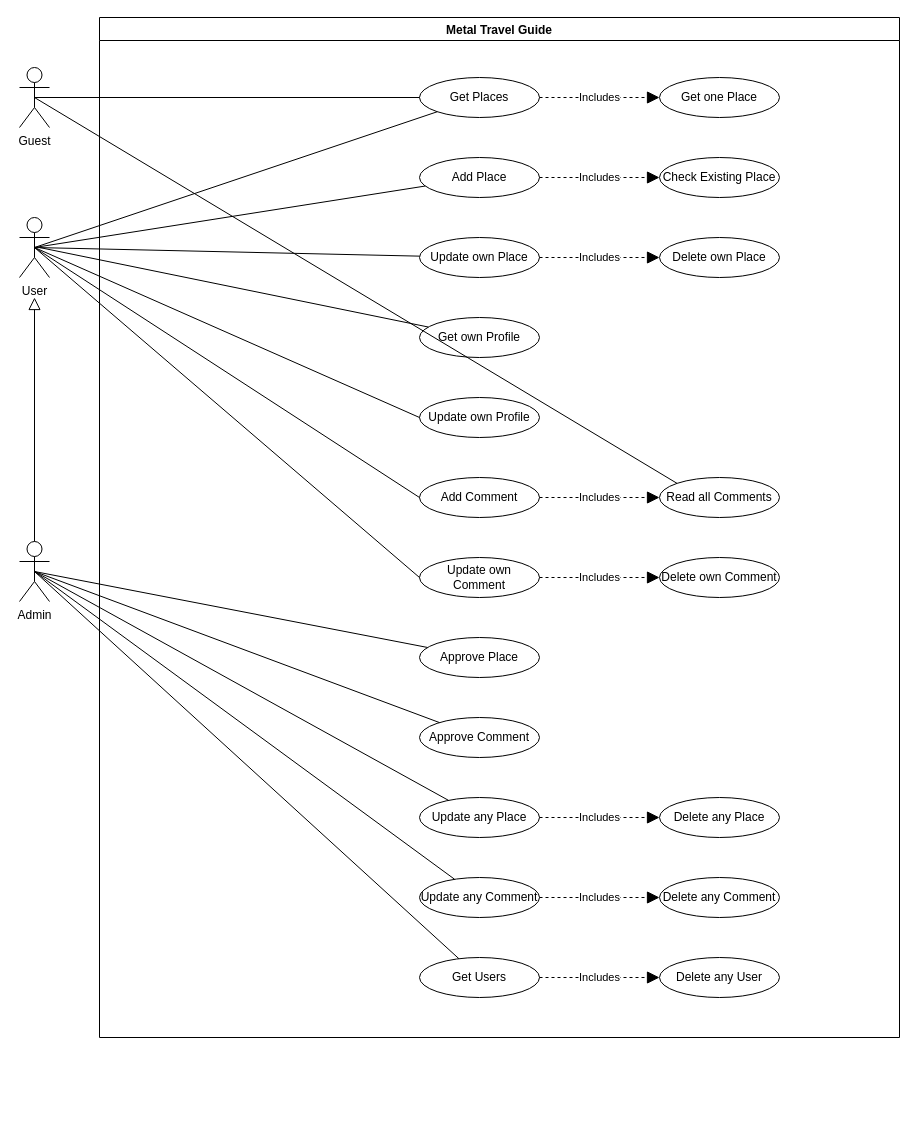
Before: backend/uml_case_diagram.drawio in peppecuci/metaltravelguide, a draw.io diagram. Source tidied: cells renumbered, new cells numbered last; positions are measured from the earlier drawing's top-left corner, leaving out a move shared by most shapes. Both pictures are drawn from the tidied source at 100%, with x=0, y=0 at pixel (19, 17).
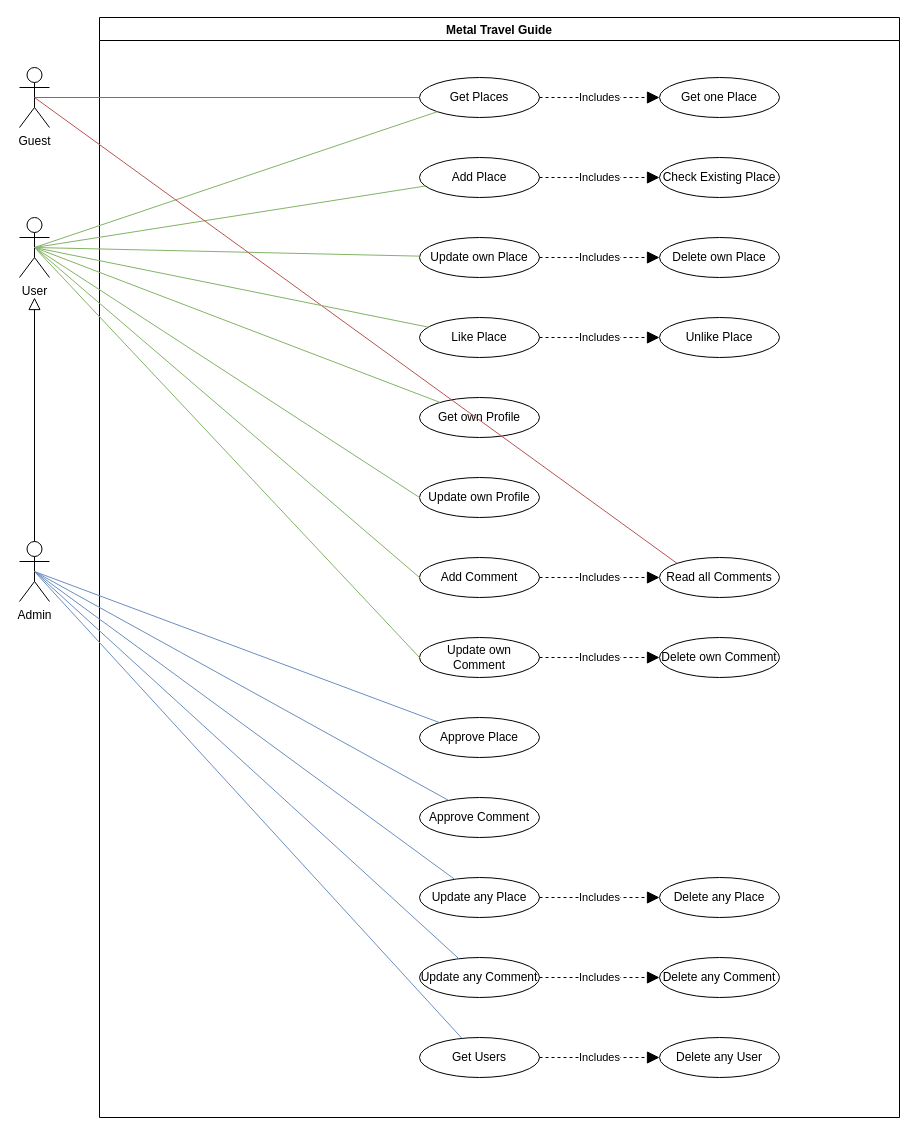
Above is the later version.

Unchanged cells that the change refers to:
```xml
<mxCell id="2" value="User" style="shape=umlActor;verticalLabelPosition=bottom;verticalAlign=top;html=1;outlineConnect=0;" parent="1" vertex="1">
  <mxGeometry y="200" width="30" height="60" as="geometry" />
</mxCell>
<mxCell id="3" value="Admin" style="shape=umlActor;verticalLabelPosition=bottom;verticalAlign=top;html=1;outlineConnect=0;" parent="1" vertex="1">
  <mxGeometry y="524" width="30" height="60" as="geometry" />
</mxCell>
<mxCell id="6" value="Update own Place" style="ellipse;whiteSpace=wrap;html=1;" parent="4" vertex="1">
  <mxGeometry x="320" y="220" width="120" height="40" as="geometry" />
</mxCell>
<mxCell id="7" value="Add Place" style="ellipse;whiteSpace=wrap;html=1;" parent="4" vertex="1">
  <mxGeometry x="320" y="140" width="120" height="40" as="geometry" />
</mxCell>
<mxCell id="8" value="Get Places" style="ellipse;whiteSpace=wrap;html=1;" parent="4" vertex="1">
  <mxGeometry x="320" y="60" width="120" height="40" as="geometry" />
</mxCell>
<mxCell id="43" value="Guest" style="shape=umlActor;verticalLabelPosition=bottom;verticalAlign=top;html=1;outlineConnect=0;" parent="1" vertex="1">
  <mxGeometry y="50" width="30" height="60" as="geometry" />
</mxCell>
```

What changed in the source:
```diff
@@
     <mxCell id="4" value="Metal Travel Guide" style="swimlane;" parent="1" vertex="1">
-      <mxGeometry x="80" width="800" height="1020" as="geometry" />
+      <mxGeometry x="80" width="800" height="1100" as="geometry" />
     </mxCell>
     <mxCell id="5" value="Approve Place" style="ellipse;whiteSpace=wrap;html=1;" parent="4" vertex="1">
-      <mxGeometry x="320" y="620" width="120" height="40" as="geometry" />
+      <mxGeometry x="320" y="700" width="120" height="40" as="geometry" />
     </mxCell>
@@
     <mxCell id="9" value="Get own Profile" style="ellipse;whiteSpace=wrap;html=1;" parent="4" vertex="1">
-      <mxGeometry x="320" y="300" width="120" height="40" as="geometry" />
+      <mxGeometry x="320" y="380" width="120" height="40" as="geometry" />
     </mxCell>
@@
     <mxCell id="12" value="Update own Profile" style="ellipse;whiteSpace=wrap;html=1;" parent="4" vertex="1">
-      <mxGeometry x="320" y="380" width="120" height="40" as="geometry" />
+      <mxGeometry x="320" y="460" width="120" height="40" as="geometry" />
     </mxCell>
@@
     <mxCell id="17" value="Add Comment" style="ellipse;whiteSpace=wrap;html=1;" parent="4" vertex="1">
-      <mxGeometry x="320" y="460" width="120" height="40" as="geometry" />
+      <mxGeometry x="320" y="540" width="120" height="40" as="geometry" />
     </mxCell>
     <mxCell id="18" value="Update own Comment" style="ellipse;whiteSpace=wrap;html=1;" parent="4" vertex="1">
-      <mxGeometry x="320" y="540" width="120" height="40" as="geometry" />
+      <mxGeometry x="320" y="620" width="120" height="40" as="geometry" />
     </mxCell>
     <mxCell id="19" value="Delete own Comment" style="ellipse;whiteSpace=wrap;html=1;" parent="4" vertex="1">
-      <mxGeometry x="560" y="540" width="120" height="40" as="geometry" />
+      <mxGeometry x="560" y="620" width="120" height="40" as="geometry" />
     </mxCell>
@@
     <mxCell id="21" value="Approve Comment" style="ellipse;whiteSpace=wrap;html=1;" parent="4" vertex="1">
-      <mxGeometry x="320" y="700" width="120" height="40" as="geometry" />
+      <mxGeometry x="320" y="780" width="120" height="40" as="geometry" />
     </mxCell>
     <mxCell id="22" value="Update any Place" style="ellipse;whiteSpace=wrap;html=1;" parent="4" vertex="1">
-      <mxGeometry x="320" y="780" width="120" height="40" as="geometry" />
+      <mxGeometry x="320" y="860" width="120" height="40" as="geometry" />
     </mxCell>
     <mxCell id="23" value="Delete any Place" style="ellipse;whiteSpace=wrap;html=1;" parent="4" vertex="1">
-      <mxGeometry x="560" y="780" width="120" height="40" as="geometry" />
+      <mxGeometry x="560" y="860" width="120" height="40" as="geometry" />
     </mxCell>
@@
     <mxCell id="25" value="Get Users" style="ellipse;whiteSpace=wrap;html=1;" parent="4" vertex="1">
-      <mxGeometry x="320" y="940" width="120" height="40" as="geometry" />
+      <mxGeometry x="320" y="1020" width="120" height="40" as="geometry" />
     </mxCell>
     <mxCell id="26" value="Delete any User" style="ellipse;whiteSpace=wrap;html=1;" parent="4" vertex="1">
-      <mxGeometry x="560" y="940" width="120" height="40" as="geometry" />
+      <mxGeometry x="560" y="1020" width="120" height="40" as="geometry" />
     </mxCell>
@@
     <mxCell id="28" value="Update any Comment" style="ellipse;whiteSpace=wrap;html=1;" parent="4" vertex="1">
-      <mxGeometry x="320" y="860" width="120" height="40" as="geometry" />
+      <mxGeometry x="320" y="940" width="120" height="40" as="geometry" />
     </mxCell>
     <mxCell id="29" value="Delete any Comment" style="ellipse;whiteSpace=wrap;html=1;" parent="4" vertex="1">
-      <mxGeometry x="560" y="860" width="120" height="40" as="geometry" />
+      <mxGeometry x="560" y="940" width="120" height="40" as="geometry" />
     </mxCell>
@@
     <mxCell id="31" value="Read all Comments" style="ellipse;whiteSpace=wrap;html=1;" parent="4" vertex="1">
-      <mxGeometry x="560" y="460" width="120" height="40" as="geometry" />
+      <mxGeometry x="560" y="540" width="120" height="40" as="geometry" />
     </mxCell>
@@
+    <mxCell id="49" value="Like Place" style="ellipse;whiteSpace=wrap;html=1;" parent="4" vertex="1">
+      <mxGeometry x="320" y="300" width="120" height="40" as="geometry" />
+    </mxCell>
+    <mxCell id="50" value="Unlike Place" style="ellipse;whiteSpace=wrap;html=1;" parent="4" vertex="1">
+      <mxGeometry x="560" y="300" width="120" height="40" as="geometry" />
+    </mxCell>
+    <mxCell id="51" value="Includes" style="endArrow=block;endSize=10;endFill=1;html=1;rounded=0;strokeWidth=1;startSize=10;dashed=1;startArrow=none;exitX=1;exitY=0.5;exitDx=0;exitDy=0;" parent="4" edge="1" source="49" target="50">
+      <mxGeometry relative="1" as="geometry" />
+    </mxCell>
-    <mxCell id="33" style="endArrow=none;html=1;rounded=0;entryX=0.5;entryY=0.5;entryDx=0;entryDy=0;entryPerimeter=0;" parent="1" edge="1" source="7" target="2">
+    <mxCell id="33" style="endArrow=none;html=1;rounded=0;entryX=0.5;entryY=0.5;entryDx=0;entryDy=0;entryPerimeter=0;fillColor=#d5e8d4;strokeColor=#82b366;" parent="1" edge="1" source="7" target="2">
       <mxGeometry relative="1" as="geometry" />
     </mxCell>
-    <mxCell id="34" style="endArrow=none;html=1;rounded=0;exitX=0.5;exitY=0.5;exitDx=0;exitDy=0;exitPerimeter=0;" parent="1" edge="1" source="2" target="6">
+    <mxCell id="34" style="endArrow=none;html=1;rounded=0;exitX=0.5;exitY=0.5;exitDx=0;exitDy=0;exitPerimeter=0;fillColor=#d5e8d4;strokeColor=#82b366;" parent="1" edge="1" source="2" target="6">
       <mxGeometry relative="1" as="geometry" />
     </mxCell>
-    <mxCell id="35" style="endArrow=none;html=1;rounded=0;exitX=0.5;exitY=0.5;exitDx=0;exitDy=0;exitPerimeter=0;" parent="1" edge="1" source="3" target="5">
+    <mxCell id="35" style="endArrow=none;html=1;rounded=0;exitX=0.5;exitY=0.5;exitDx=0;exitDy=0;exitPerimeter=0;fillColor=#dae8fc;strokeColor=#6c8ebf;" parent="1" edge="1" source="3" target="5">
       <mxGeometry relative="1" as="geometry" />
     </mxCell>
@@
-    <mxCell id="37" style="endArrow=none;html=1;rounded=0;entryX=0.5;entryY=0.5;entryDx=0;entryDy=0;entryPerimeter=0;" parent="1" edge="1" source="8" target="2">
+    <mxCell id="37" style="endArrow=none;html=1;rounded=0;entryX=0.5;entryY=0.5;entryDx=0;entryDy=0;entryPerimeter=0;fillColor=#d5e8d4;strokeColor=#82b366;" parent="1" edge="1" source="8" target="2">
       <mxGeometry relative="1" as="geometry" />
     </mxCell>
-    <mxCell id="38" style="endArrow=none;html=1;rounded=0;" parent="1" edge="1" target="9">
-      <mxGeometry relative="1" as="geometry">
-        <mxPoint x="20" y="230" as="sourcePoint" />
-      </mxGeometry>
+    <mxCell id="38" style="endArrow=none;html=1;rounded=0;fillColor=#d5e8d4;strokeColor=#82b366;exitX=0.5;exitY=0.5;exitDx=0;exitDy=0;exitPerimeter=0;" parent="1" edge="1" source="2" target="9">
+      <mxGeometry relative="1" as="geometry" />
     </mxCell>
-    <mxCell id="39" style="endArrow=none;html=1;rounded=0;entryX=0;entryY=0.5;entryDx=0;entryDy=0;exitX=0.5;exitY=0.5;exitDx=0;exitDy=0;exitPerimeter=0;" parent="1" edge="1" source="2" target="12">
+    <mxCell id="39" style="endArrow=none;html=1;rounded=0;entryX=0;entryY=0.5;entryDx=0;entryDy=0;exitX=0.5;exitY=0.5;exitDx=0;exitDy=0;exitPerimeter=0;fillColor=#d5e8d4;strokeColor=#82b366;" parent="1" edge="1" source="2" target="12">
       <mxGeometry relative="1" as="geometry" />
     </mxCell>
-    <mxCell id="40" style="endArrow=none;html=1;rounded=0;exitX=0.5;exitY=0.5;exitDx=0;exitDy=0;exitPerimeter=0;" parent="1" edge="1" source="3" target="21">
+    <mxCell id="40" style="endArrow=none;html=1;rounded=0;exitX=0.5;exitY=0.5;exitDx=0;exitDy=0;exitPerimeter=0;fillColor=#dae8fc;strokeColor=#6c8ebf;" parent="1" edge="1" source="3" target="21">
       <mxGeometry relative="1" as="geometry" />
     </mxCell>
-    <mxCell id="41" style="endArrow=none;html=1;rounded=0;entryX=0;entryY=0.5;entryDx=0;entryDy=0;exitX=0.5;exitY=0.5;exitDx=0;exitDy=0;exitPerimeter=0;" parent="1" edge="1" source="2" target="17">
+    <mxCell id="41" style="endArrow=none;html=1;rounded=0;entryX=0;entryY=0.5;entryDx=0;entryDy=0;exitX=0.5;exitY=0.5;exitDx=0;exitDy=0;exitPerimeter=0;fillColor=#d5e8d4;strokeColor=#82b366;" parent="1" edge="1" source="2" target="17">
       <mxGeometry relative="1" as="geometry" />
     </mxCell>
-    <mxCell id="42" style="endArrow=none;html=1;rounded=0;entryX=0;entryY=0.5;entryDx=0;entryDy=0;exitX=0.5;exitY=0.5;exitDx=0;exitDy=0;exitPerimeter=0;" parent="1" edge="1" source="2" target="18">
+    <mxCell id="42" style="endArrow=none;html=1;rounded=0;entryX=0;entryY=0.5;entryDx=0;entryDy=0;exitX=0.5;exitY=0.5;exitDx=0;exitDy=0;exitPerimeter=0;fillColor=#d5e8d4;strokeColor=#82b366;" parent="1" edge="1" source="2" target="18">
       <mxGeometry relative="1" as="geometry" />
     </mxCell>
@@
-    <mxCell id="44" style="endArrow=none;html=1;rounded=0;" parent="1" edge="1" source="8">
-      <mxGeometry relative="1" as="geometry">
-        <mxPoint x="15" y="80" as="targetPoint" />
-      </mxGeometry>
+    <mxCell id="44" style="endArrow=none;html=1;rounded=0;fillColor=#f8cecc;strokeColor=#b85450;entryX=0.5;entryY=0.5;entryDx=0;entryDy=0;entryPerimeter=0;" parent="1" edge="1" source="8" target="43">
+      <mxGeometry relative="1" as="geometry" />
     </mxCell>
-    <mxCell id="45" style="endArrow=none;html=1;rounded=0;exitX=0.5;exitY=0.5;exitDx=0;exitDy=0;exitPerimeter=0;" parent="1" edge="1" source="3" target="25">
+    <mxCell id="45" style="endArrow=none;html=1;rounded=0;exitX=0.5;exitY=0.5;exitDx=0;exitDy=0;exitPerimeter=0;fillColor=#dae8fc;strokeColor=#6c8ebf;" parent="1" edge="1" source="3" target="25">
       <mxGeometry relative="1" as="geometry" />
     </mxCell>
-    <mxCell id="46" style="endArrow=none;html=1;rounded=0;exitX=0.5;exitY=0.5;exitDx=0;exitDy=0;exitPerimeter=0;" parent="1" edge="1" source="3" target="28">
+    <mxCell id="46" style="endArrow=none;html=1;rounded=0;exitX=0.5;exitY=0.5;exitDx=0;exitDy=0;exitPerimeter=0;fillColor=#dae8fc;strokeColor=#6c8ebf;" parent="1" edge="1" source="3" target="28">
       <mxGeometry relative="1" as="geometry" />
     </mxCell>
-    <mxCell id="47" style="endArrow=none;html=1;rounded=0;exitX=0.5;exitY=0.5;exitDx=0;exitDy=0;exitPerimeter=0;" parent="1" edge="1" source="3" target="22">
+    <mxCell id="47" style="endArrow=none;html=1;rounded=0;exitX=0.5;exitY=0.5;exitDx=0;exitDy=0;exitPerimeter=0;fillColor=#dae8fc;strokeColor=#6c8ebf;" parent="1" edge="1" source="3" target="22">
       <mxGeometry relative="1" as="geometry" />
     </mxCell>
-    <mxCell id="48" style="endArrow=none;html=1;rounded=0;exitX=0;exitY=0;exitDx=0;exitDy=0;entryX=0.5;entryY=0.5;entryDx=0;entryDy=0;entryPerimeter=0;" parent="1" edge="1" source="31" target="43">
+    <mxCell id="48" style="endArrow=none;html=1;rounded=0;exitX=0;exitY=0;exitDx=0;exitDy=0;entryX=0.5;entryY=0.5;entryDx=0;entryDy=0;entryPerimeter=0;fillColor=#f8cecc;strokeColor=#b85450;" parent="1" edge="1" source="31" target="43">
       <mxGeometry relative="1" as="geometry" />
     </mxCell>
+    <mxCell id="52" style="endArrow=none;html=1;rounded=0;fillColor=#d5e8d4;strokeColor=#82b366;exitX=0.5;exitY=0.5;exitDx=0;exitDy=0;exitPerimeter=0;" parent="1" edge="1" source="2" target="49">
+      <mxGeometry relative="1" as="geometry" />
+    </mxCell>
```
